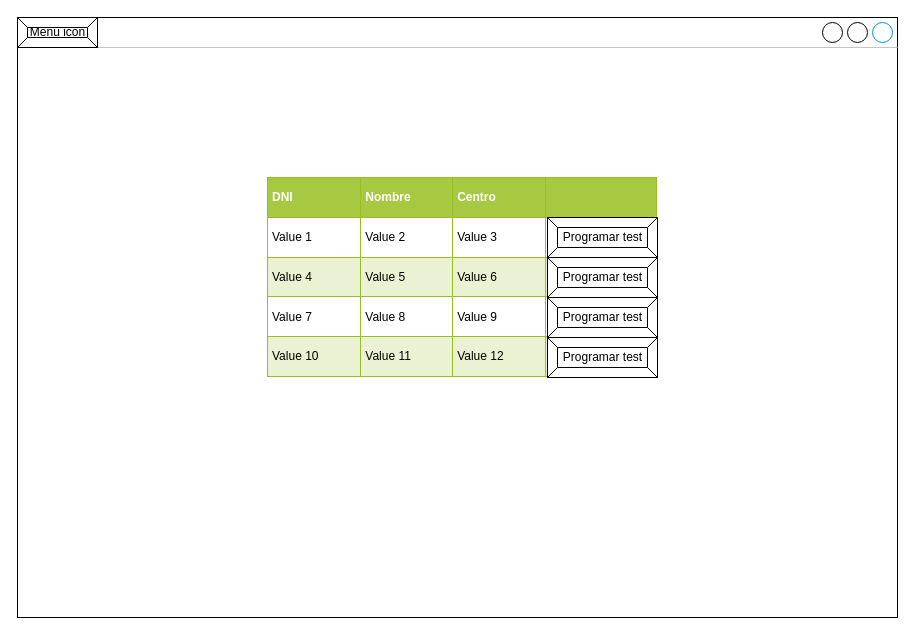
Earlier version of the draw.io diagram wireframes/medico_menu.drawio (algoriasmart/medchain). Source tidied: cells renumbered, new cells numbered last; positions are measured from the earlier drawing's top-left corner, leaving out a move shared by most shapes. Both pictures are drawn from the tidied source at 100%, with x=0, y=0 at pixel (17, 17).
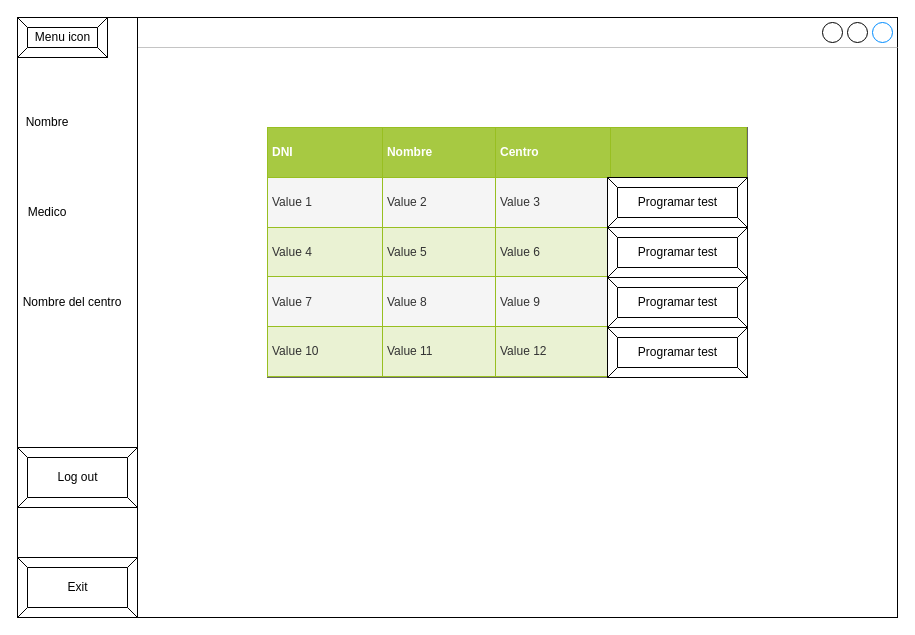
After the change.

Diff of the diagram source:
```diff
@@
 <mxGraphModel>
   <root>
     <mxCell id="0" />
     <mxCell id="1" parent="0" />
     <mxCell id="2" value="&lt;div&gt;&lt;br&gt;&lt;/div&gt;" style="strokeWidth=1;shadow=0;dashed=0;align=center;html=1;shape=mxgraph.mockup.containers.window;align=left;verticalAlign=top;spacingLeft=8;strokeColor2=#008cff;strokeColor3=#c4c4c4;fontColor=#666666;mainText=;fontSize=17;labelBackgroundColor=none;" parent="1" vertex="1">
       <mxGeometry width="880" height="600" as="geometry" />
     </mxCell>
-    <mxCell id="3" value="&lt;table style=&quot;width: 100% ; height: 100% ; border-collapse: collapse&quot; width=&quot;100%&quot; cellpadding=&quot;4&quot; border=&quot;1&quot;&gt;&lt;tbody&gt;&lt;tr style=&quot;background-color: #a7c942 ; color: #ffffff ; border: 1px solid #98bf21&quot;&gt;&lt;th align=&quot;left&quot;&gt;DNI&lt;span style=&quot;white-space: pre&quot;&gt; &lt;/span&gt;&lt;/th&gt;&lt;th align=&quot;left&quot;&gt;Nombre&lt;/th&gt;&lt;th align=&quot;left&quot;&gt;Centro&lt;/th&gt;&lt;td&gt;&amp;nbsp;&amp;nbsp;&amp;nbsp;&amp;nbsp;&amp;nbsp;&amp;nbsp;&amp;nbsp;&amp;nbsp;&amp;nbsp;&amp;nbsp;&amp;nbsp;&amp;nbsp;&amp;nbsp;&amp;nbsp;&amp;nbsp;&amp;nbsp;&amp;nbsp; &lt;br&gt;&lt;/td&gt;&lt;/tr&gt;&lt;tr style=&quot;border: 1px solid #98bf21&quot;&gt;&lt;td&gt;Value 1&lt;/td&gt;&lt;td&gt;Value 2&lt;/td&gt;&lt;td&gt;Value 3&lt;/td&gt;&lt;td&gt;&lt;br&gt;&lt;/td&gt;&lt;/tr&gt;&lt;tr style=&quot;background-color: #eaf2d3 ; border: 1px solid #98bf21&quot;&gt;&lt;td&gt;Value 4&lt;/td&gt;&lt;td&gt;Value 5&lt;/td&gt;&lt;td&gt;Value 6&lt;/td&gt;&lt;td&gt;&lt;br&gt;&lt;/td&gt;&lt;/tr&gt;&lt;tr style=&quot;border: 1px solid #98bf21&quot;&gt;&lt;td&gt;Value 7&lt;/td&gt;&lt;td&gt;Value 8&lt;/td&gt;&lt;td&gt;Value 9&lt;/td&gt;&lt;td&gt;&lt;br&gt;&lt;/td&gt;&lt;/tr&gt;&lt;tr style=&quot;background-color: #eaf2d3 ; border: 1px solid #98bf21&quot;&gt;&lt;td&gt;Value 10&lt;/td&gt;&lt;td&gt;Value 11&lt;/td&gt;&lt;td&gt;Value 12&lt;/td&gt;&lt;td&gt;&lt;br&gt;&lt;/td&gt;&lt;/tr&gt;&lt;/tbody&gt;&lt;/table&gt;" style="text;html=1;overflow=fill;rounded=0;" parent="1" vertex="1">
-      <mxGeometry x="250" y="160" width="390" height="200" as="geometry" />
+    <mxCell id="3" value="&lt;table style=&quot;width: 100% ; height: 100% ; border-collapse: collapse&quot; width=&quot;100%&quot; cellpadding=&quot;4&quot; border=&quot;1&quot;&gt;&lt;tbody&gt;&lt;tr style=&quot;background-color: #a7c942 ; color: #ffffff ; border: 1px solid #98bf21&quot;&gt;&lt;th align=&quot;left&quot;&gt;DNI&lt;span style=&quot;white-space: pre&quot;&gt; &lt;/span&gt;&lt;/th&gt;&lt;th align=&quot;left&quot;&gt;Nombre&lt;/th&gt;&lt;th align=&quot;left&quot;&gt;Centro&lt;/th&gt;&lt;td&gt;&amp;nbsp;&amp;nbsp;&amp;nbsp;&amp;nbsp;&amp;nbsp;&amp;nbsp;&amp;nbsp;&amp;nbsp;&amp;nbsp;&amp;nbsp;&amp;nbsp;&amp;nbsp;&amp;nbsp;&amp;nbsp;&amp;nbsp;&amp;nbsp;&amp;nbsp; &lt;br&gt;&lt;/td&gt;&lt;/tr&gt;&lt;tr style=&quot;border: 1px solid #98bf21&quot;&gt;&lt;td&gt;Value 1&lt;/td&gt;&lt;td&gt;Value 2&lt;/td&gt;&lt;td&gt;Value 3&lt;/td&gt;&lt;td&gt;&lt;br&gt;&lt;/td&gt;&lt;/tr&gt;&lt;tr style=&quot;background-color: #eaf2d3 ; border: 1px solid #98bf21&quot;&gt;&lt;td&gt;Value 4&lt;/td&gt;&lt;td&gt;Value 5&lt;/td&gt;&lt;td&gt;Value 6&lt;/td&gt;&lt;td&gt;&lt;br&gt;&lt;/td&gt;&lt;/tr&gt;&lt;tr style=&quot;border: 1px solid #98bf21&quot;&gt;&lt;td&gt;Value 7&lt;/td&gt;&lt;td&gt;Value 8&lt;/td&gt;&lt;td&gt;Value 9&lt;/td&gt;&lt;td&gt;&lt;br&gt;&lt;/td&gt;&lt;/tr&gt;&lt;tr style=&quot;background-color: #eaf2d3 ; border: 1px solid #98bf21&quot;&gt;&lt;td&gt;Value 10&lt;/td&gt;&lt;td&gt;Value 11&lt;/td&gt;&lt;td&gt;Value 12&lt;/td&gt;&lt;td&gt;&lt;br&gt;&lt;/td&gt;&lt;/tr&gt;&lt;/tbody&gt;&lt;/table&gt;" style="text;html=1;overflow=fill;rounded=0;fillColor=#f5f5f5;fontColor=#333333;strokeColor=#666666;" parent="1" vertex="1">
+      <mxGeometry x="250" y="110" width="480" height="250" as="geometry" />
     </mxCell>
     <mxCell id="4" value="Programar test" style="labelPosition=center;verticalLabelPosition=middle;align=center;html=1;shape=mxgraph.basic.button;dx=10;" parent="1" vertex="1">
-      <mxGeometry x="530" y="200" width="110" height="40" as="geometry" />
+      <mxGeometry x="590" y="160" width="140" height="50" as="geometry" />
     </mxCell>
     <mxCell id="5" value="Programar test" style="labelPosition=center;verticalLabelPosition=middle;align=center;html=1;shape=mxgraph.basic.button;dx=10;" parent="1" vertex="1">
-      <mxGeometry x="530" y="240" width="110" height="40" as="geometry" />
+      <mxGeometry x="590" y="210" width="140" height="50" as="geometry" />
     </mxCell>
     <mxCell id="6" value="Programar test" style="labelPosition=center;verticalLabelPosition=middle;align=center;html=1;shape=mxgraph.basic.button;dx=10;" parent="1" vertex="1">
-      <mxGeometry x="530" y="280" width="110" height="40" as="geometry" />
+      <mxGeometry x="590" y="260" width="140" height="50" as="geometry" />
     </mxCell>
     <mxCell id="7" value="Programar test" style="labelPosition=center;verticalLabelPosition=middle;align=center;html=1;shape=mxgraph.basic.button;dx=10;" parent="1" vertex="1">
-      <mxGeometry x="530" y="320" width="110" height="40" as="geometry" />
+      <mxGeometry x="590" y="310" width="140" height="50" as="geometry" />
     </mxCell>
+    <mxCell id="9" style="rounded=0;whiteSpace=wrap;html=1;" parent="1" vertex="1">
+      <mxGeometry width="120" height="600" as="geometry" />
+    </mxCell>
     <mxCell id="8" value="Menu icon" style="labelPosition=center;verticalLabelPosition=middle;align=center;html=1;shape=mxgraph.basic.button;dx=10;" parent="1" vertex="1">
-      <mxGeometry width="80" height="30" as="geometry" />
+      <mxGeometry width="90" height="40" as="geometry" />
     </mxCell>
+    <mxCell id="10" value="Nombre" style="text;html=1;strokeColor=none;fillColor=none;align=center;verticalAlign=middle;whiteSpace=wrap;rounded=0;" parent="1" vertex="1">
+      <mxGeometry y="90" width="60" height="30" as="geometry" />
+    </mxCell>
+    <mxCell id="11" value="Medico" style="text;html=1;strokeColor=none;fillColor=none;align=center;verticalAlign=middle;whiteSpace=wrap;rounded=0;" parent="1" vertex="1">
+      <mxGeometry y="180" width="60" height="30" as="geometry" />
+    </mxCell>
+    <mxCell id="12" value="Nombre del centro" style="text;html=1;strokeColor=none;fillColor=none;align=center;verticalAlign=middle;whiteSpace=wrap;rounded=0;" parent="1" vertex="1">
+      <mxGeometry y="270" width="110" height="30" as="geometry" />
+    </mxCell>
+    <mxCell id="13" value="Log out" style="labelPosition=center;verticalLabelPosition=middle;align=center;html=1;shape=mxgraph.basic.button;dx=10;" parent="1" vertex="1">
+      <mxGeometry y="430" width="120" height="60" as="geometry" />
+    </mxCell>
+    <mxCell id="14" value="Exit" style="labelPosition=center;verticalLabelPosition=middle;align=center;html=1;shape=mxgraph.basic.button;dx=10;" parent="1" vertex="1">
+      <mxGeometry y="540" width="120" height="60" as="geometry" />
+    </mxCell>
   </root>
 </mxGraphModel>
```
